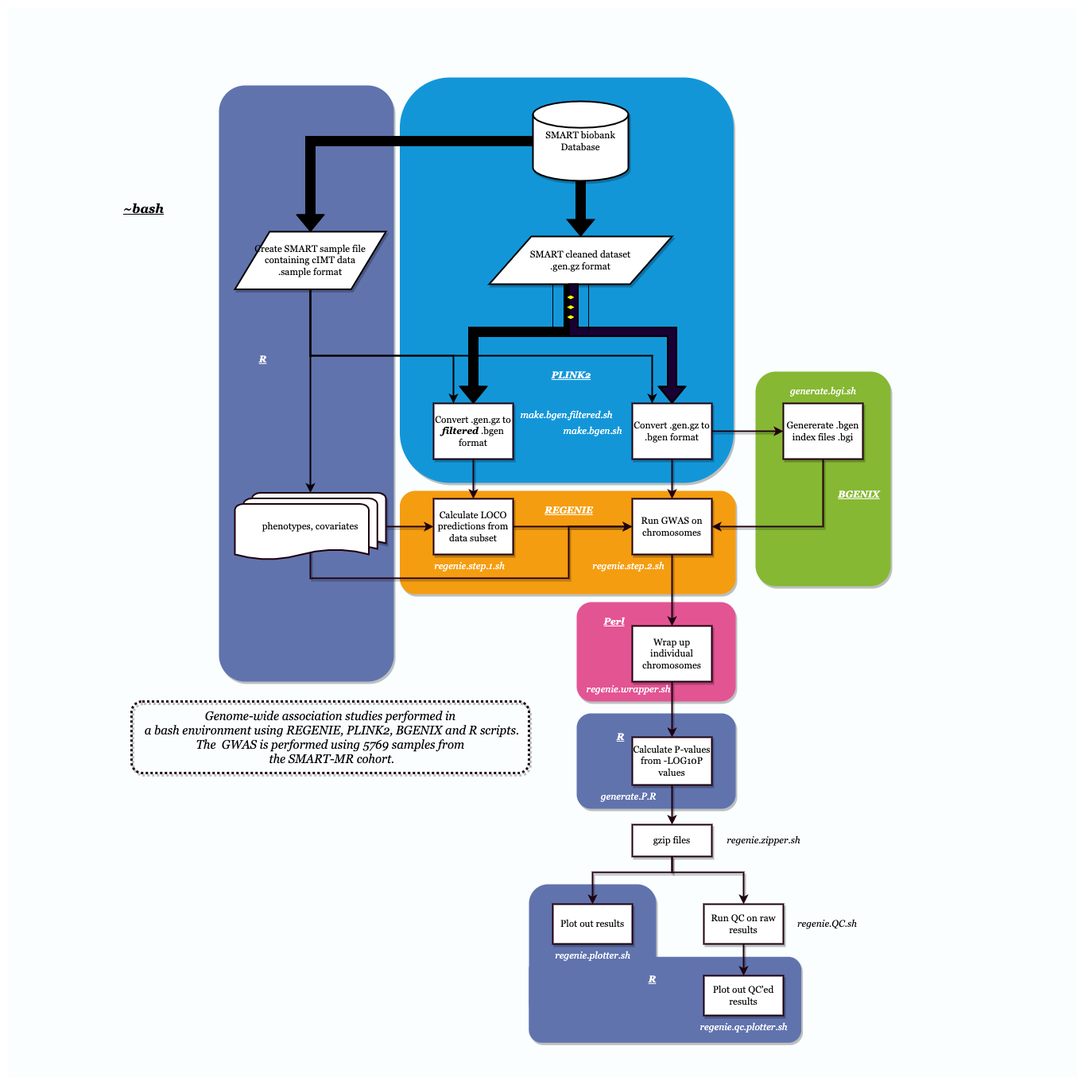
Above: REGENIE_SMART_UMC.drawio.png in xEmz/xEmz (draw.io), before the change. Source tidied: cells renumbered, new cells last; positions are measured from the earlier drawing's top-left corner, leaving out a move shared by most shapes.
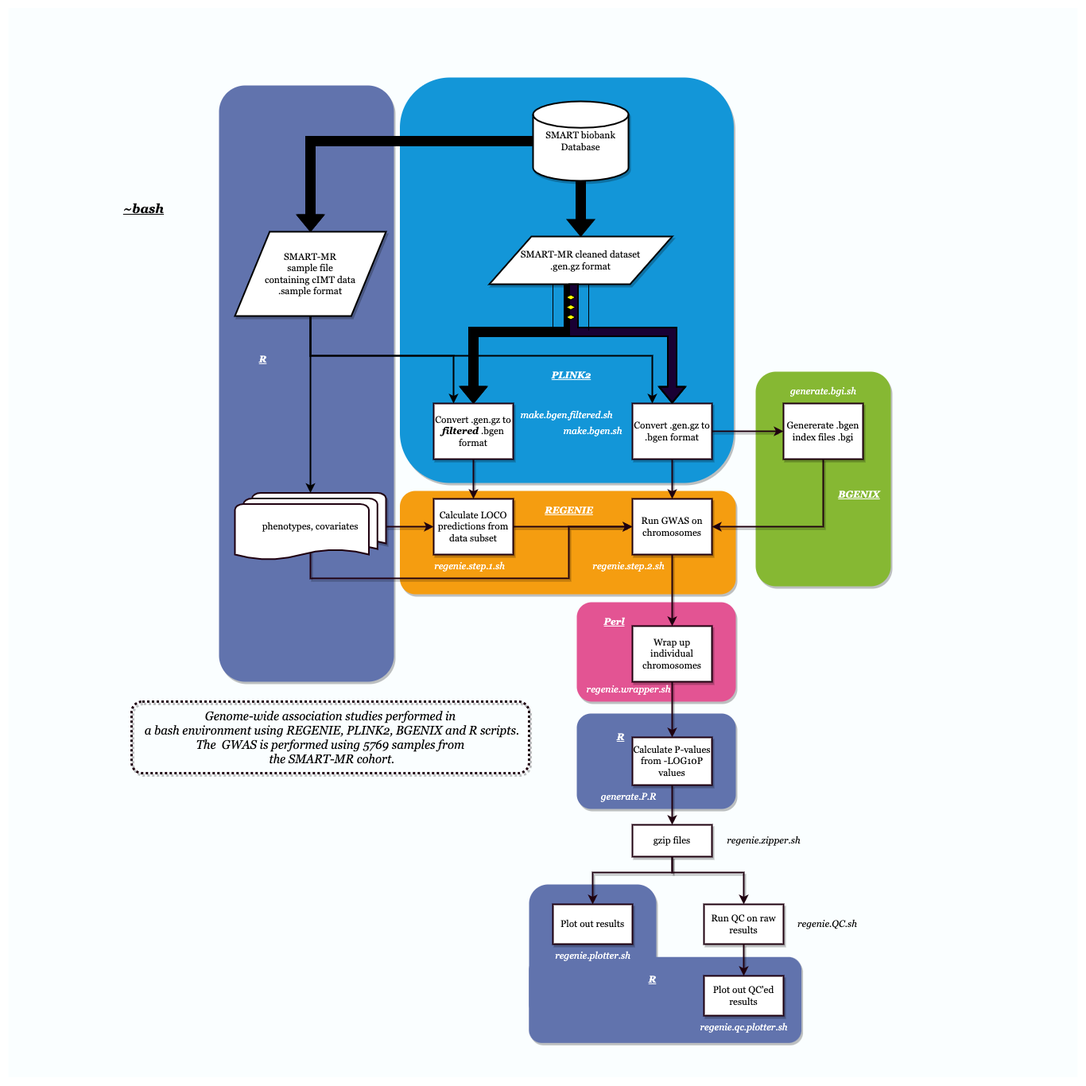
The same diagram one commit later.

Change to the diagram source:
```diff
@@ -23,7 +23,7 @@
     <mxCell id="8" style="whiteSpace=wrap;html=1;fillColor=#1396D8;strokeColor=none;fontFamily=Georgia;sketch=0;glass=0;shadow=1;rounded=1;" parent="1" vertex="1">
       <mxGeometry x="492.5" y="88" width="420" height="510" as="geometry" />
     </mxCell>
-    <mxCell id="9" value="&lt;font&gt;SMART cleaned dataset&lt;br&gt;.gen.gz format&lt;br&gt;&lt;/font&gt;" style="shape=parallelogram;html=1;strokeWidth=2;perimeter=parallelogramPerimeter;whiteSpace=wrap;arcSize=12;size=0.23;fontFamily=Georgia;strokeColor=default;sketch=0;shadow=1;" parent="1" vertex="1">
+    <mxCell id="9" value="&lt;font&gt;SMART-MR cleaned dataset&lt;br&gt;.gen.gz format&lt;br&gt;&lt;/font&gt;" style="shape=parallelogram;html=1;strokeWidth=2;perimeter=parallelogramPerimeter;whiteSpace=wrap;arcSize=12;size=0.23;fontFamily=Georgia;strokeColor=default;sketch=0;shadow=1;" parent="1" vertex="1">
       <mxGeometry x="605" y="288" width="230" height="60" as="geometry" />
     </mxCell>
     <mxCell id="10" style="shape=flexArrow;endArrow=classic;html=1;strokeWidth=2;strokeColor=default;fillColor=#000000;entryX=0.5;entryY=0;entryDx=0;entryDy=0;fontFamily=Georgia;rounded=0;sketch=0;" parent="1" edge="1" target="12">
@@ -221,8 +221,8 @@
         </Array>
       </mxGeometry>
     </mxCell>
-    <mxCell id="63" value="Create SMART sample file &lt;br&gt;containing cIMT data&lt;br&gt;.sample format" style="shape=parallelogram;html=1;strokeWidth=2;perimeter=parallelogramPerimeter;whiteSpace=wrap;rounded=0;arcSize=12;size=0.23;strokeColor=#000000;fontColor=#000000;fillColor=default;shadow=1;fontFamily=Georgia;" parent="1" vertex="1">
-      <mxGeometry x="285" y="282" width="190" height="72.5" as="geometry" />
+    <mxCell id="63" value="SMART-MR &lt;br&gt;sample file &lt;br&gt;containing cIMT data&lt;br&gt;.sample format" style="shape=parallelogram;html=1;strokeWidth=2;perimeter=parallelogramPerimeter;whiteSpace=wrap;rounded=0;arcSize=12;size=0.23;strokeColor=#000000;fontColor=#000000;fillColor=default;shadow=1;fontFamily=Georgia;" parent="1" vertex="1">
+      <mxGeometry x="285" y="282" width="190" height="106" as="geometry" />
     </mxCell>
     <mxCell id="64" style="shape=flexArrow;endArrow=classic;html=1;strokeWidth=2;strokeColor=default;fillColor=#000000;entryX=0.5;entryY=0;entryDx=0;entryDy=0;fontFamily=Georgia;rounded=0;sketch=0;exitX=0;exitY=0.5;exitDx=0;exitDy=0;exitPerimeter=0;" parent="1" edge="1" source="59" target="63">
       <mxGeometry relative="1" as="geometry">
```
